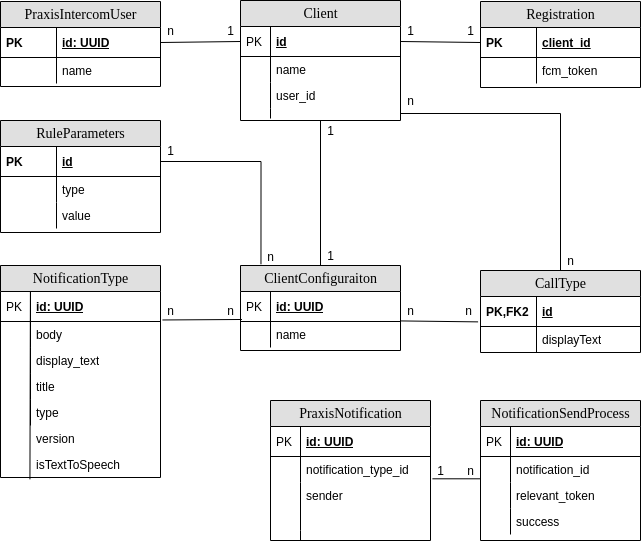
The draw.io diagram src/graphics/diagramms/erd_v02.png in jsvilling/IP6_Bachelorarbeit_Bericht_Cloudbasiertes_Praxisrufsystem, before a commit. Source tidied: cells renumbered, new cells last; positions are measured from the earlier drawing's top-left corner, leaving out a move shared by most shapes.
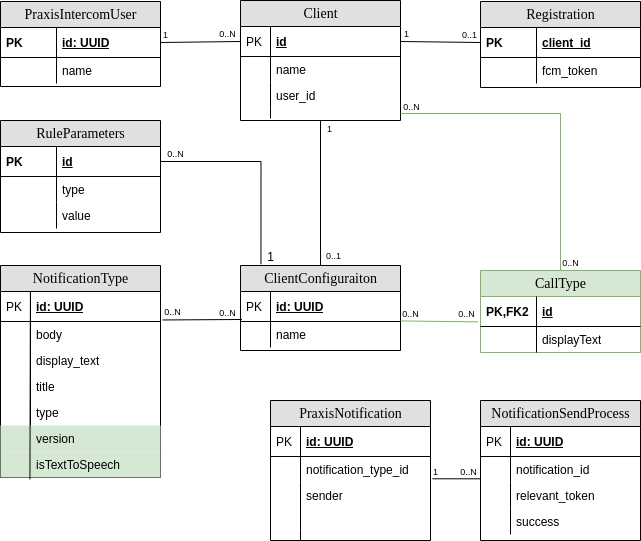
After the commit.

Commit message:
Fix full erd

The edit, as a diff of the source:
```diff
@@ -77,10 +77,10 @@
     <mxCell id="26" style="shape=partialRectangle;top=0;left=0;bottom=0;html=1;fillColor=none;align=left;verticalAlign=top;spacingLeft=4;spacingRight=4;whiteSpace=wrap;overflow=hidden;" parent="25" vertex="1">
       <mxGeometry width="30" height="26" as="geometry" />
     </mxCell>
-    <mxCell id="27" value="version" style="shape=partialRectangle;top=0;left=0;right=0;bottom=0;html=1;align=left;verticalAlign=top;fillColor=none;spacingLeft=34;spacingRight=4;whiteSpace=wrap;overflow=hidden;" parent="16" vertex="1">
+    <mxCell id="27" value="version" style="shape=partialRectangle;top=0;left=0;right=0;bottom=0;html=1;align=left;verticalAlign=top;fillColor=#d5e8d4;spacingLeft=34;spacingRight=4;whiteSpace=wrap;overflow=hidden;strokeColor=#82b366;" parent="16" vertex="1">
       <mxGeometry y="160" width="160" height="26" as="geometry" />
     </mxCell>
-    <mxCell id="28" value="isTextToSpeech" style="shape=partialRectangle;top=0;left=0;right=0;bottom=0;html=1;align=left;verticalAlign=top;fillColor=none;spacingLeft=34;spacingRight=4;whiteSpace=wrap;overflow=hidden;points=[[0,0.5],[1,0.5]];portConstraint=eastwest;" parent="16" vertex="1">
+    <mxCell id="28" value="isTextToSpeech" style="shape=partialRectangle;top=0;left=0;right=0;bottom=0;html=1;align=left;verticalAlign=top;fillColor=#d5e8d4;spacingLeft=34;spacingRight=4;whiteSpace=wrap;overflow=hidden;points=[[0,0.5],[1,0.5]];portConstraint=eastwest;strokeColor=#82b366;" parent="16" vertex="1">
       <mxGeometry y="186" width="160" height="26" as="geometry" />
     </mxCell>
     <mxCell id="29" style="endArrow=none;html=1;rounded=0;entryX=0.187;entryY=-0.002;entryDx=0;entryDy=0;entryPerimeter=0;exitX=0.184;exitY=1.072;exitDx=0;exitDy=0;exitPerimeter=0;" parent="16" edge="1" source="28" target="17">
@@ -164,10 +164,10 @@
     <mxCell id="55" style="shape=partialRectangle;top=0;left=0;bottom=0;html=1;fillColor=none;align=left;verticalAlign=top;spacingLeft=4;spacingRight=4;whiteSpace=wrap;overflow=hidden;" parent="54" vertex="1">
       <mxGeometry width="56" height="26" as="geometry" />
     </mxCell>
-    <mxCell id="56" style="edgeStyle=orthogonalEdgeStyle;rounded=0;jettySize=auto;html=1;entryX=1;entryY=0.5;entryDx=0;entryDy=0;endArrow=none;endFill=0;" parent="1" edge="1" source="57" target="14">
+    <mxCell id="56" style="edgeStyle=orthogonalEdgeStyle;rounded=0;jettySize=auto;html=1;entryX=1;entryY=0.5;entryDx=0;entryDy=0;endArrow=none;endFill=0;fillColor=#d5e8d4;strokeColor=#82b366;" parent="1" edge="1" source="57" target="14">
       <mxGeometry relative="1" as="geometry" />
     </mxCell>
-    <mxCell id="57" value="CallType" style="swimlane;html=1;fontStyle=0;horizontal=1;startSize=26;fillColor=#e0e0e0;swimlaneFillColor=#ffffff;align=center;rounded=0;shadow=0;comic=0;labelBackgroundColor=none;strokeWidth=1;fontFamily=Verdana;fontSize=14;" parent="1" vertex="1">
+    <mxCell id="57" value="CallType" style="swimlane;html=1;fontStyle=0;horizontal=1;startSize=26;fillColor=#d5e8d4;swimlaneFillColor=#ffffff;align=center;rounded=0;shadow=0;comic=0;labelBackgroundColor=none;strokeWidth=1;fontFamily=Verdana;fontSize=14;strokeColor=#82b366;" parent="1" vertex="1">
       <mxGeometry x="480" y="270" width="160" height="82" as="geometry" />
     </mxCell>
     <mxCell id="58" value="id" style="shape=partialRectangle;top=0;left=0;right=0;bottom=1;html=1;align=left;verticalAlign=middle;fillColor=none;spacingLeft=60;spacingRight=4;whiteSpace=wrap;overflow=hidden;points=[[0,0.5],[1,0.5]];portConstraint=eastwest;fontStyle=5;" parent="57" vertex="1">
@@ -226,7 +226,7 @@
     <mxCell id="75" style="endArrow=none;html=1;rounded=0;exitX=1.012;exitY=0.858;exitDx=0;exitDy=0;exitPerimeter=0;entryX=-0.001;entryY=-0.142;entryDx=0;entryDy=0;entryPerimeter=0;" parent="1" edge="1" source="33" target="67">
       <mxGeometry relative="1" as="geometry" />
     </mxCell>
-    <mxCell id="76" style="endArrow=none;html=1;rounded=0;exitX=1;exitY=-0.022;exitDx=0;exitDy=0;exitPerimeter=0;entryX=-0.015;entryY=0.846;entryDx=0;entryDy=0;entryPerimeter=0;" parent="1" edge="1" target="58">
+    <mxCell id="76" style="endArrow=none;html=1;rounded=0;exitX=1;exitY=-0.022;exitDx=0;exitDy=0;exitPerimeter=0;entryX=-0.015;entryY=0.846;entryDx=0;entryDy=0;entryPerimeter=0;fillColor=#d5e8d4;strokeColor=#82b366;" parent="1" edge="1" target="58">
       <mxGeometry relative="1" as="geometry">
         <mxPoint x="400" y="320.4" as="sourcePoint" />
       </mxGeometry>
@@ -234,53 +234,53 @@
     <mxCell id="77" style="edgeStyle=orthogonalEdgeStyle;rounded=0;jettySize=auto;html=1;entryX=0.128;entryY=-0.014;entryDx=0;entryDy=0;entryPerimeter=0;endArrow=none;endFill=0;" parent="1" edge="1" source="50" target="2">
       <mxGeometry relative="1" as="geometry" />
     </mxCell>
-    <mxCell id="78" value="1" style="text;html=1;align=center;verticalAlign=middle;strokeColor=none;fillColor=none;" parent="1" vertex="1">
-      <mxGeometry x="400" y="20" width="20" height="20" as="geometry" />
+    <mxCell id="78" value="1" style="text;html=1;align=center;verticalAlign=middle;strokeColor=none;fillColor=none;fontSize=9;" parent="1" vertex="1">
+      <mxGeometry x="396" y="23" width="20" height="20" as="geometry" />
     </mxCell>
-    <mxCell id="79" value="1" style="text;html=1;align=center;verticalAlign=middle;strokeColor=none;fillColor=none;" parent="1" vertex="1">
-      <mxGeometry x="460" y="20" width="20" height="20" as="geometry" />
+    <mxCell id="79" value="0..1" style="text;html=1;align=center;verticalAlign=middle;strokeColor=none;fillColor=none;fontSize=9;" parent="1" vertex="1">
+      <mxGeometry x="454" y="24" width="30" height="20" as="geometry" />
     </mxCell>
-    <mxCell id="80" value="n" style="text;html=1;align=center;verticalAlign=middle;strokeColor=none;fillColor=none;" parent="1" vertex="1">
-      <mxGeometry x="160" y="20" width="20" height="20" as="geometry" />
+    <mxCell id="80" value="1" style="text;html=1;align=center;verticalAlign=middle;strokeColor=none;fillColor=none;fontSize=9;" parent="1" vertex="1">
+      <mxGeometry x="155" y="24" width="20" height="20" as="geometry" />
     </mxCell>
-    <mxCell id="81" value="1" style="text;html=1;align=center;verticalAlign=middle;strokeColor=none;fillColor=none;" parent="1" vertex="1">
-      <mxGeometry x="220" y="20" width="20" height="20" as="geometry" />
+    <mxCell id="81" value="0..N" style="text;html=1;align=center;verticalAlign=middle;strokeColor=none;fillColor=none;fontSize=9;" parent="1" vertex="1">
+      <mxGeometry x="212" y="23" width="30" height="20" as="geometry" />
     </mxCell>
-    <mxCell id="82" value="1" style="text;html=1;align=center;verticalAlign=middle;strokeColor=none;fillColor=none;" parent="1" vertex="1">
-      <mxGeometry x="160" y="140" width="20" height="20" as="geometry" />
+    <mxCell id="82" value="0..N" style="text;html=1;align=center;verticalAlign=middle;strokeColor=none;fillColor=none;fontSize=9;" parent="1" vertex="1">
+      <mxGeometry x="160" y="143" width="30" height="20" as="geometry" />
     </mxCell>
-    <mxCell id="83" value="n" style="text;html=1;align=center;verticalAlign=middle;strokeColor=none;fillColor=none;" parent="1" vertex="1">
+    <mxCell id="83" value="1" style="text;html=1;align=center;verticalAlign=middle;strokeColor=none;fillColor=none;" parent="1" vertex="1">
       <mxGeometry x="260" y="246" width="20" height="20" as="geometry" />
     </mxCell>
-    <mxCell id="84" value="n" style="text;html=1;align=center;verticalAlign=middle;strokeColor=none;fillColor=none;" parent="1" vertex="1">
-      <mxGeometry x="160" y="300" width="20" height="20" as="geometry" />
+    <mxCell id="84" value="0..N" style="text;html=1;align=center;verticalAlign=middle;strokeColor=none;fillColor=none;fontSize=9;" parent="1" vertex="1">
+      <mxGeometry x="157" y="301" width="30" height="20" as="geometry" />
     </mxCell>
-    <mxCell id="85" value="n" style="text;html=1;align=center;verticalAlign=middle;strokeColor=none;fillColor=none;" parent="1" vertex="1">
-      <mxGeometry x="220" y="300" width="20" height="20" as="geometry" />
+    <mxCell id="85" value="0..N" style="text;html=1;align=center;verticalAlign=middle;strokeColor=none;fillColor=none;fontSize=9;" parent="1" vertex="1">
+      <mxGeometry x="212" y="302" width="30" height="20" as="geometry" />
     </mxCell>
-    <mxCell id="86" value="n" style="text;html=1;align=center;verticalAlign=middle;strokeColor=none;fillColor=none;" parent="1" vertex="1">
-      <mxGeometry x="400" y="300" width="20" height="20" as="geometry" />
+    <mxCell id="86" value="0..N" style="text;html=1;align=center;verticalAlign=middle;strokeColor=none;fillColor=none;fontSize=9;" parent="1" vertex="1">
+      <mxGeometry x="395" y="303" width="30" height="20" as="geometry" />
     </mxCell>
-    <mxCell id="87" value="n" style="text;html=1;align=center;verticalAlign=middle;strokeColor=none;fillColor=none;" parent="1" vertex="1">
-      <mxGeometry x="458" y="300" width="20" height="20" as="geometry" />
+    <mxCell id="87" value="0..N" style="text;html=1;align=center;verticalAlign=middle;strokeColor=none;fillColor=none;fontSize=9;" parent="1" vertex="1">
+      <mxGeometry x="451" y="303" width="30" height="20" as="geometry" />
     </mxCell>
-    <mxCell id="88" value="1" style="text;html=1;align=center;verticalAlign=middle;strokeColor=none;fillColor=none;" parent="1" vertex="1">
-      <mxGeometry x="430" y="460" width="20" height="20" as="geometry" />
+    <mxCell id="88" value="1" style="text;html=1;align=center;verticalAlign=middle;strokeColor=none;fillColor=none;fontSize=9;" parent="1" vertex="1">
+      <mxGeometry x="425" y="461" width="20" height="20" as="geometry" />
     </mxCell>
-    <mxCell id="89" value="n" style="text;html=1;align=center;verticalAlign=middle;strokeColor=none;fillColor=none;" parent="1" vertex="1">
-      <mxGeometry x="460" y="460" width="20" height="20" as="geometry" />
+    <mxCell id="89" value="0..N" style="text;html=1;align=center;verticalAlign=middle;strokeColor=none;fillColor=none;fontSize=9;" parent="1" vertex="1">
+      <mxGeometry x="453" y="461" width="30" height="20" as="geometry" />
     </mxCell>
-    <mxCell id="90" value="n" style="text;html=1;align=center;verticalAlign=middle;strokeColor=none;fillColor=none;" parent="1" vertex="1">
-      <mxGeometry x="560" y="250" width="20" height="20" as="geometry" />
+    <mxCell id="90" value="0..N" style="text;html=1;align=center;verticalAlign=middle;strokeColor=none;fillColor=none;fontSize=9;" parent="1" vertex="1">
+      <mxGeometry x="555" y="252" width="30" height="20" as="geometry" />
     </mxCell>
-    <mxCell id="91" value="n" style="text;html=1;align=center;verticalAlign=middle;strokeColor=none;fillColor=none;" parent="1" vertex="1">
-      <mxGeometry x="400" y="90" width="20" height="20" as="geometry" />
+    <mxCell id="91" value="0..N" style="text;html=1;align=center;verticalAlign=middle;strokeColor=none;fillColor=none;fontSize=9;" parent="1" vertex="1">
+      <mxGeometry x="396" y="96" width="30" height="20" as="geometry" />
     </mxCell>
-    <mxCell id="92" value="1" style="text;html=1;align=center;verticalAlign=middle;strokeColor=none;fillColor=none;" parent="1" vertex="1">
-      <mxGeometry x="320" y="120" width="20" height="20" as="geometry" />
+    <mxCell id="92" value="1" style="text;html=1;align=center;verticalAlign=middle;strokeColor=none;fillColor=none;fontSize=9;" parent="1" vertex="1">
+      <mxGeometry x="319" y="118" width="20" height="20" as="geometry" />
     </mxCell>
-    <mxCell id="93" value="1" style="text;html=1;align=center;verticalAlign=middle;strokeColor=none;fillColor=none;" parent="1" vertex="1">
-      <mxGeometry x="320" y="245" width="20" height="20" as="geometry" />
+    <mxCell id="93" value="0..1" style="text;html=1;align=center;verticalAlign=middle;strokeColor=none;fillColor=none;fontSize=9;" parent="1" vertex="1">
+      <mxGeometry x="318" y="245" width="30" height="20" as="geometry" />
     </mxCell>
   </root>
 </mxGraphModel>
```
